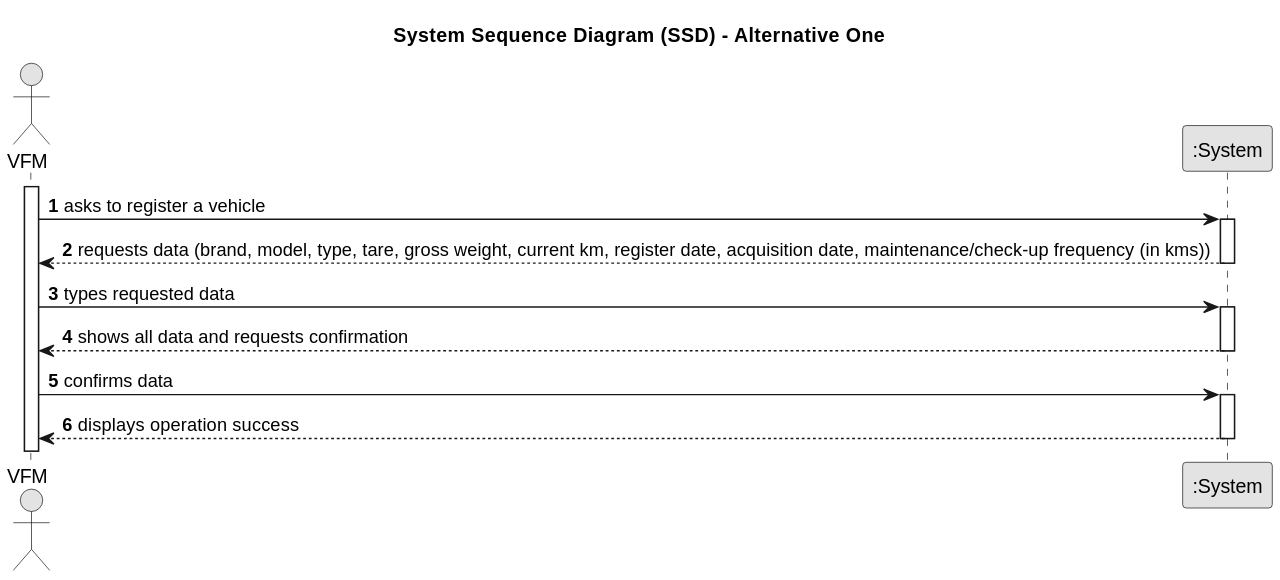
francisc-o-liveira/lei-24-s2-1dp-g163 keeps this PlantUML diagram as docs/sprintB/us006/01.requirements-engineering/svg/us006-system-sequence-diagram-alternative-one-System_Sequence_Diagram__SSD____Alternative_One.svg. Above is the earlier version. The source it was exported from:
```plantuml
@startuml
skinparam monochrome true
skinparam packageStyle rectangle
skinparam shadowing false

title System Sequence Diagram (SSD) - Alternative One

autonumber

actor "VFM" as VFM
participant ":System" as System

activate VFM

    VFM -> System : asks to register a vehicle
    activate System

        System --> VFM : requests data (brand, model, type, tare, gross weight, current km, register date, acquisition date, maintenance/check-up frequency (in kms))
    deactivate System

    VFM -> System : types requested data
    activate System

        System --> VFM : shows all data and requests confirmation
    deactivate System

    VFM -> System : confirms data
    activate System

        System --> VFM : displays operation success
    deactivate System
@enduml
```
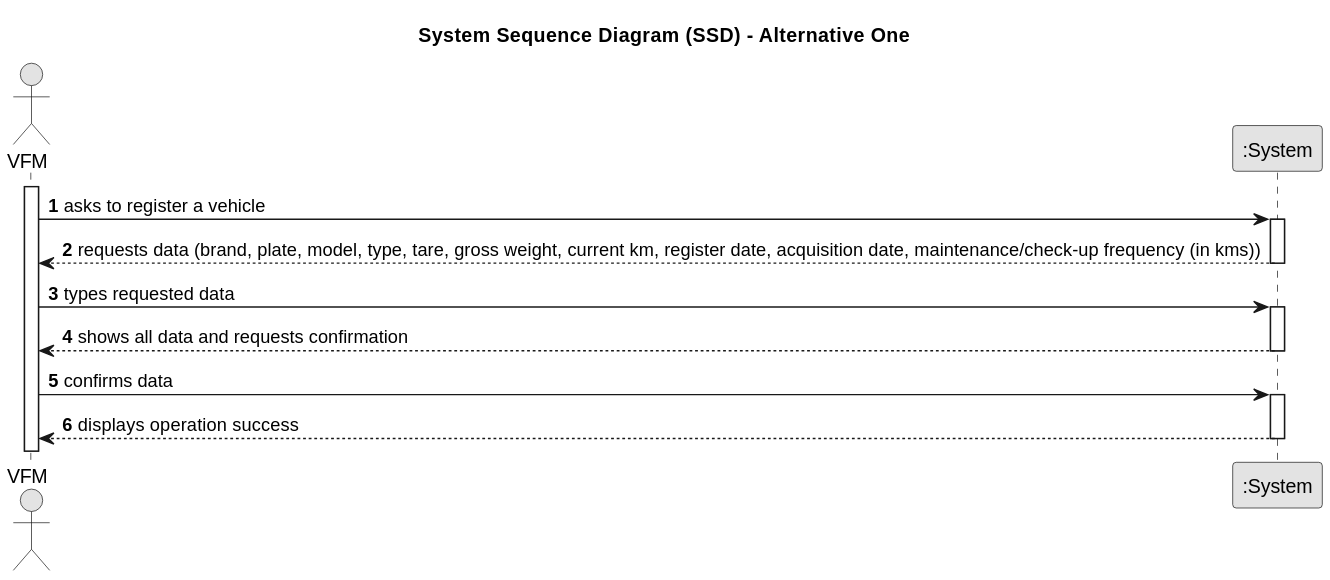
Above is the later version.

Commit message:
Alteração de diagramas

What changed in the source:
```diff
@@ -15,7 +15,7 @@
     VFM -> System : asks to register a vehicle
     activate System
 
-        System --> VFM : requests data (brand, model, type, tare, gross weight, current km, register date, acquisition date, maintenance/check-up frequency (in kms))
+        System --> VFM : requests data (brand, plate, model, type, tare, gross weight, current km, register date, acquisition date, maintenance/check-up frequency (in kms))
     deactivate System
 
     VFM -> System : types requested data
```
